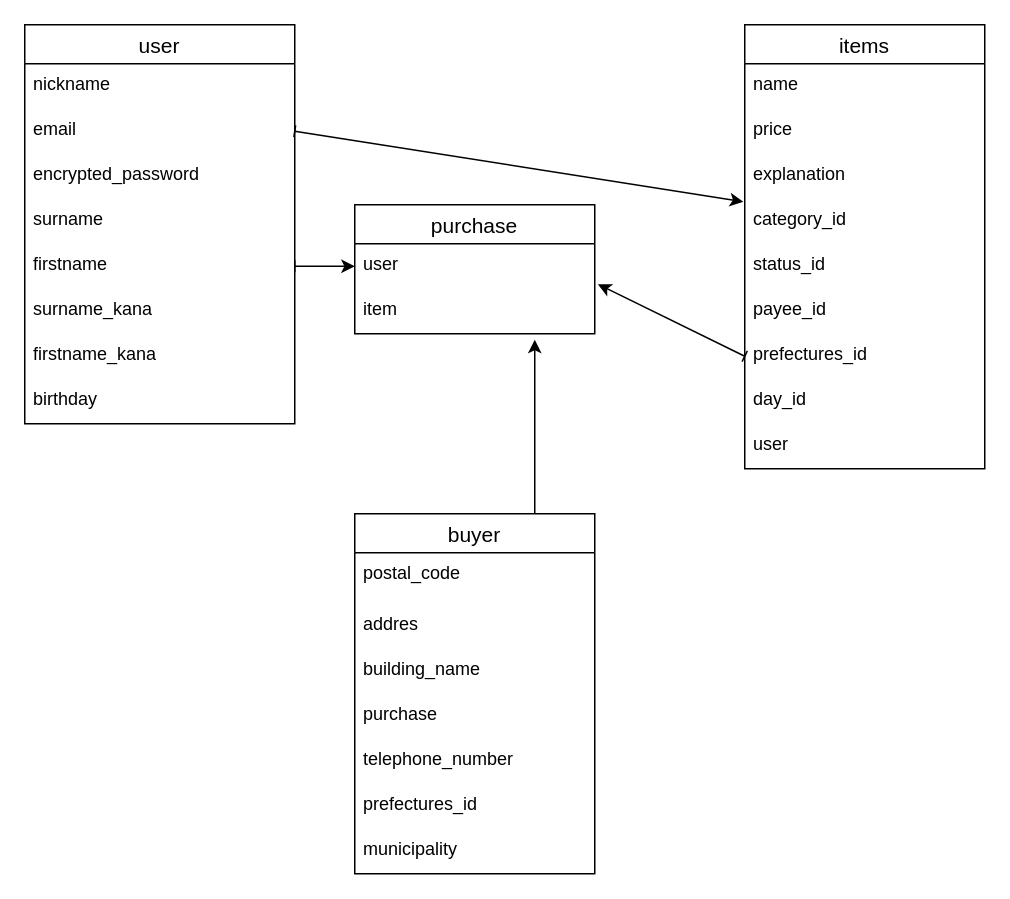
Before: test.dio in toto-maru009/furima-38611, a draw.io diagram. Source tidied: cells renumbered, new cells numbered last; positions are measured from the earlier drawing's top-left corner, leaving out a move shared by most shapes. Both pictures are drawn from the tidied source at 150%, with x=0, y=0 at pixel (24, 24).
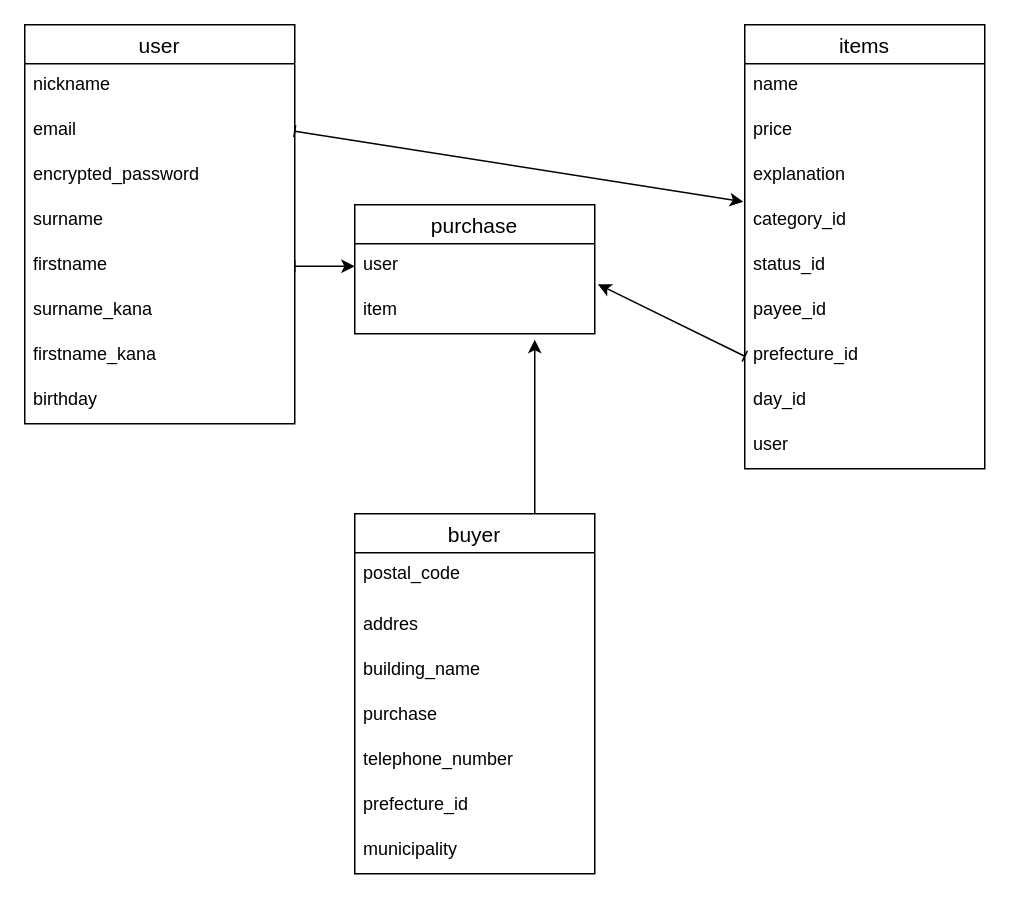
The same page after the edit.

Commit message (it also covers changes not shown here):
複数形になってるprefecturesをprefectureに変更

Unchanged cells that the change refers to:
```xml
<mxCell id="11" value="items" style="swimlane;fontStyle=0;horizontal=1;startSize=26;align=center;fontSize=14;" parent="1" vertex="1">
  <mxGeometry x="480" width="160" height="296" as="geometry" />
</mxCell>
<mxCell id="22" value="buyer" style="swimlane;fontStyle=0;horizontal=1;startSize=26;align=center;fontSize=14;" parent="1" vertex="1">
  <mxGeometry x="220" y="326" width="160" height="240" as="geometry" />
</mxCell>
```

Diff of the diagram source:
```diff
@@
-    <mxCell id="18" value="prefectures_id&#10;" style="text;strokeColor=none;fillColor=none;spacingLeft=4;spacingRight=4;overflow=hidden;points=[[0,0.5],[1,0.5]];portConstraint=eastwest;fontSize=12;" parent="11" vertex="1">
+    <mxCell id="18" value="prefecture_id&#10;" style="text;strokeColor=none;fillColor=none;spacingLeft=4;spacingRight=4;overflow=hidden;points=[[0,0.5],[1,0.5]];portConstraint=eastwest;fontSize=12;" parent="11" vertex="1">
       <mxGeometry y="206" width="160" height="30" as="geometry" />
     </mxCell>
@@
-    <mxCell id="28" value="prefectures_id" style="text;strokeColor=none;fillColor=none;spacingLeft=4;spacingRight=4;overflow=hidden;fontSize=12;" parent="22" vertex="1">
+    <mxCell id="28" value="prefecture_id" style="text;strokeColor=none;fillColor=none;spacingLeft=4;spacingRight=4;overflow=hidden;fontSize=12;" parent="22" vertex="1">
       <mxGeometry y="180" width="160" height="30" as="geometry" />
     </mxCell>
```
